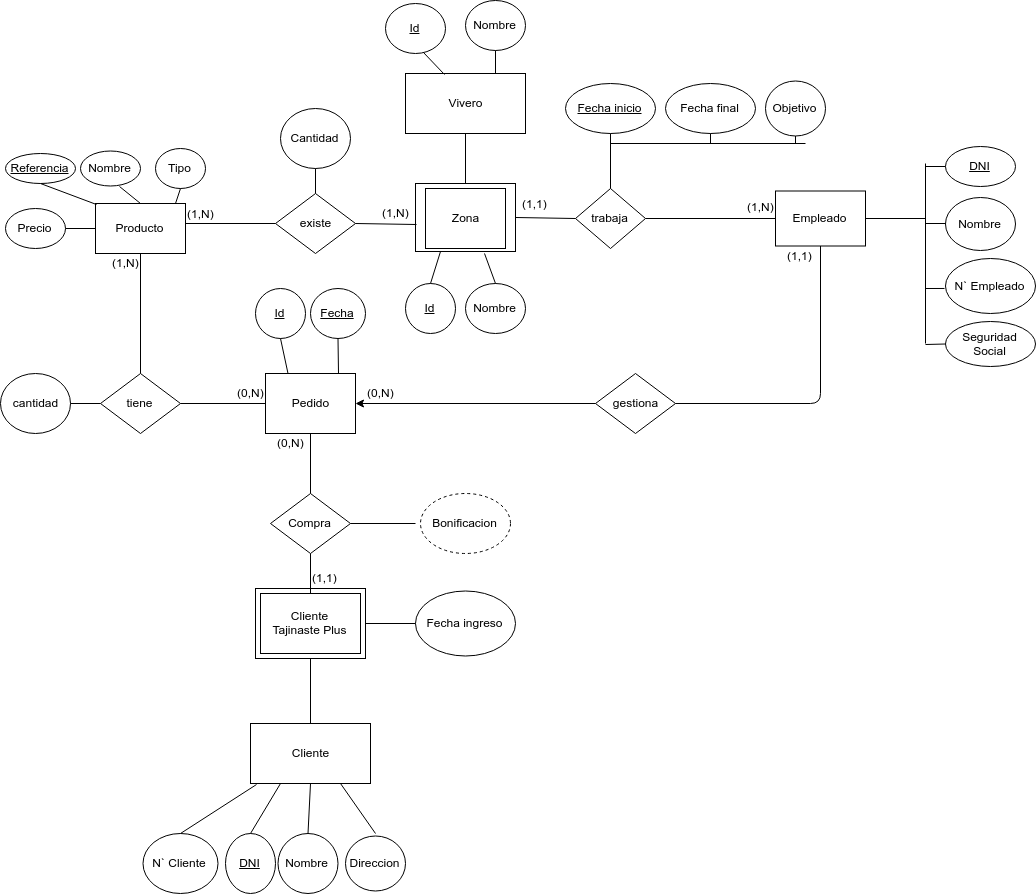
Before: viveros.png, a diagram exported from draw.io (Zanuro/BDD). Source tidied: cells renumbered, new cells last; positions are measured from the earlier drawing's top-left corner, leaving out a move shared by most shapes. Source of this version:
```xml
<mxGraphModel>
  <root>
    <mxCell id="0" />
    <mxCell id="1" parent="0" />
    <mxCell id="2" value="Producto" style="rounded=0;whiteSpace=wrap;html=1;" parent="1" vertex="1">
      <mxGeometry x="95" y="203" width="90" height="50" as="geometry" />
    </mxCell>
    <mxCell id="3" value="&lt;u&gt;Referencia&lt;/u&gt;" style="ellipse;whiteSpace=wrap;html=1;" parent="1" vertex="1">
      <mxGeometry x="5" y="153" width="70" height="30" as="geometry" />
    </mxCell>
    <mxCell id="4" value="Nombre" style="ellipse;whiteSpace=wrap;html=1;" parent="1" vertex="1">
      <mxGeometry x="80" y="150.5" width="60" height="35" as="geometry" />
    </mxCell>
    <mxCell id="5" value="Tipo" style="ellipse;whiteSpace=wrap;html=1;" parent="1" vertex="1">
      <mxGeometry x="155" y="148" width="50" height="40" as="geometry" />
    </mxCell>
    <mxCell id="6" value="Precio" style="ellipse;whiteSpace=wrap;html=1;" parent="1" vertex="1">
      <mxGeometry x="5" y="208" width="60" height="40" as="geometry" />
    </mxCell>
    <mxCell id="7" style="endArrow=none;html=1;entryX=0;entryY=0.5;entryDx=0;entryDy=0;exitX=1;exitY=0.5;exitDx=0;exitDy=0;" parent="1" edge="1" source="6" target="2">
      <mxGeometry relative="1" as="geometry" />
    </mxCell>
    <mxCell id="8" style="endArrow=none;html=1;entryX=0.011;entryY=0.02;entryDx=0;entryDy=0;entryPerimeter=0;exitX=0.5;exitY=1;exitDx=0;exitDy=0;" parent="1" edge="1" source="3" target="2">
      <mxGeometry relative="1" as="geometry" />
    </mxCell>
    <mxCell id="9" style="endArrow=none;html=1;entryX=0.65;entryY=1.014;entryDx=0;entryDy=0;entryPerimeter=0;exitX=0.5;exitY=0;exitDx=0;exitDy=0;" parent="1" edge="1" source="2" target="4">
      <mxGeometry relative="1" as="geometry" />
    </mxCell>
    <mxCell id="10" style="endArrow=none;html=1;entryX=0.5;entryY=1;entryDx=0;entryDy=0;" parent="1" edge="1" target="5">
      <mxGeometry relative="1" as="geometry">
        <mxPoint x="175" y="203" as="sourcePoint" />
      </mxGeometry>
    </mxCell>
    <mxCell id="11" value="existe" style="rhombus;whiteSpace=wrap;html=1;" parent="1" vertex="1">
      <mxGeometry x="275" y="193" width="80" height="60" as="geometry" />
    </mxCell>
    <mxCell id="12" value="Zona" style="rounded=0;whiteSpace=wrap;html=1;" parent="1" vertex="1">
      <mxGeometry x="425" y="188" width="80" height="60" as="geometry" />
    </mxCell>
    <mxCell id="13" style="rounded=0;whiteSpace=wrap;html=1;fillColor=none;" parent="1" vertex="1">
      <mxGeometry x="415" y="183" width="100" height="68" as="geometry" />
    </mxCell>
    <mxCell id="14" style="endArrow=none;html=1;exitX=0.5;exitY=0;exitDx=0;exitDy=0;" parent="1" edge="1" source="13">
      <mxGeometry relative="1" as="geometry">
        <mxPoint x="465" y="133" as="targetPoint" />
      </mxGeometry>
    </mxCell>
    <mxCell id="15" value="Vivero" style="rounded=0;whiteSpace=wrap;html=1;fillColor=none;" parent="1" vertex="1">
      <mxGeometry x="405" y="73" width="120" height="60" as="geometry" />
    </mxCell>
    <mxCell id="16" value="Cantidad" style="ellipse;whiteSpace=wrap;html=1;fillColor=none;" parent="1" vertex="1">
      <mxGeometry x="280" y="108" width="70" height="60" as="geometry" />
    </mxCell>
    <mxCell id="17" style="endArrow=none;html=1;entryX=0.5;entryY=1;entryDx=0;entryDy=0;" parent="1" edge="1" target="16">
      <mxGeometry relative="1" as="geometry">
        <mxPoint x="315" y="193" as="sourcePoint" />
      </mxGeometry>
    </mxCell>
    <mxCell id="18" style="endArrow=none;html=1;entryX=0;entryY=0.5;entryDx=0;entryDy=0;" parent="1" edge="1" target="11">
      <mxGeometry relative="1" as="geometry">
        <mxPoint x="185" y="223" as="sourcePoint" />
      </mxGeometry>
    </mxCell>
    <mxCell id="19" style="endArrow=none;html=1;exitX=1;exitY=0.5;exitDx=0;exitDy=0;" parent="1" edge="1" source="11">
      <mxGeometry relative="1" as="geometry">
        <mxPoint x="416" y="224" as="targetPoint" />
      </mxGeometry>
    </mxCell>
    <mxCell id="20" value="&lt;u&gt;Id&lt;/u&gt;" style="ellipse;whiteSpace=wrap;html=1;fillColor=none;" parent="1" vertex="1">
      <mxGeometry x="405" y="283" width="50" height="50" as="geometry" />
    </mxCell>
    <mxCell id="21" value="Nombre" style="ellipse;whiteSpace=wrap;html=1;fillColor=none;" parent="1" vertex="1">
      <mxGeometry x="465" y="283" width="60" height="50" as="geometry" />
    </mxCell>
    <mxCell id="22" value="&lt;u&gt;Id&lt;/u&gt;" style="ellipse;whiteSpace=wrap;html=1;fillColor=none;" parent="1" vertex="1">
      <mxGeometry x="385" y="3" width="60" height="50" as="geometry" />
    </mxCell>
    <mxCell id="23" value="Nombre" style="ellipse;whiteSpace=wrap;html=1;fillColor=none;" parent="1" vertex="1">
      <mxGeometry x="465" width="60" height="50" as="geometry" />
    </mxCell>
    <mxCell id="24" style="endArrow=none;html=1;entryX=0.25;entryY=1;entryDx=0;entryDy=0;exitX=0.5;exitY=0;exitDx=0;exitDy=0;" parent="1" edge="1" source="20" target="13">
      <mxGeometry relative="1" as="geometry" />
    </mxCell>
    <mxCell id="25" style="endArrow=none;html=1;entryX=0.69;entryY=1.029;entryDx=0;entryDy=0;entryPerimeter=0;exitX=0.5;exitY=0;exitDx=0;exitDy=0;" parent="1" edge="1" source="21" target="13">
      <mxGeometry relative="1" as="geometry" />
    </mxCell>
    <mxCell id="26" style="endArrow=none;html=1;entryX=0.633;entryY=0.98;entryDx=0;entryDy=0;entryPerimeter=0;exitX=0.325;exitY=0.017;exitDx=0;exitDy=0;exitPerimeter=0;" parent="1" edge="1" source="15" target="22">
      <mxGeometry relative="1" as="geometry" />
    </mxCell>
    <mxCell id="27" style="endArrow=none;html=1;entryX=0.5;entryY=1;entryDx=0;entryDy=0;exitX=0.75;exitY=0;exitDx=0;exitDy=0;" parent="1" edge="1" source="15" target="23">
      <mxGeometry relative="1" as="geometry" />
    </mxCell>
    <mxCell id="28" value="tiene" style="rhombus;whiteSpace=wrap;html=1;fillColor=none;" parent="1" vertex="1">
      <mxGeometry x="100" y="373" width="80" height="60" as="geometry" />
    </mxCell>
    <mxCell id="29" style="endArrow=none;html=1;entryX=0.5;entryY=1;entryDx=0;entryDy=0;exitX=0.5;exitY=0;exitDx=0;exitDy=0;" parent="1" edge="1" source="28" target="2">
      <mxGeometry relative="1" as="geometry" />
    </mxCell>
    <mxCell id="30" value="cantidad" style="ellipse;whiteSpace=wrap;html=1;fillColor=none;" parent="1" vertex="1">
      <mxGeometry y="373" width="70" height="60" as="geometry" />
    </mxCell>
    <mxCell id="31" style="endArrow=none;html=1;entryX=0;entryY=0.5;entryDx=0;entryDy=0;exitX=1;exitY=0.5;exitDx=0;exitDy=0;" parent="1" edge="1" source="30" target="28">
      <mxGeometry relative="1" as="geometry" />
    </mxCell>
    <mxCell id="32" value="Pedido" style="rounded=0;whiteSpace=wrap;html=1;fillColor=none;" parent="1" vertex="1">
      <mxGeometry x="265" y="373" width="90" height="60" as="geometry" />
    </mxCell>
    <mxCell id="33" style="endArrow=none;html=1;entryX=0;entryY=0.5;entryDx=0;entryDy=0;exitX=1;exitY=0.5;exitDx=0;exitDy=0;" parent="1" edge="1" source="28" target="32">
      <mxGeometry relative="1" as="geometry" />
    </mxCell>
    <mxCell id="34" value="&lt;u&gt;Id&lt;/u&gt;" style="ellipse;whiteSpace=wrap;html=1;fillColor=none;" parent="1" vertex="1">
      <mxGeometry x="255" y="288" width="50" height="50" as="geometry" />
    </mxCell>
    <mxCell id="35" value="&lt;u&gt;Fecha&lt;/u&gt;" style="ellipse;whiteSpace=wrap;html=1;fillColor=none;" parent="1" vertex="1">
      <mxGeometry x="310" y="288" width="55" height="50" as="geometry" />
    </mxCell>
    <mxCell id="36" style="endArrow=none;html=1;entryX=0.25;entryY=0;entryDx=0;entryDy=0;exitX=0.5;exitY=1;exitDx=0;exitDy=0;" parent="1" edge="1" source="34" target="32">
      <mxGeometry relative="1" as="geometry" />
    </mxCell>
    <mxCell id="37" style="endArrow=none;html=1;exitX=0.5;exitY=1;exitDx=0;exitDy=0;" parent="1" edge="1" source="35">
      <mxGeometry relative="1" as="geometry">
        <mxPoint x="338" y="373" as="targetPoint" />
      </mxGeometry>
    </mxCell>
    <mxCell id="38" value="Compra" style="rhombus;whiteSpace=wrap;html=1;fillColor=none;" parent="1" vertex="1">
      <mxGeometry x="270" y="493" width="80" height="60" as="geometry" />
    </mxCell>
    <mxCell id="39" style="endArrow=none;html=1;entryX=0.5;entryY=1;entryDx=0;entryDy=0;exitX=0.5;exitY=0;exitDx=0;exitDy=0;" parent="1" edge="1" source="38" target="32">
      <mxGeometry relative="1" as="geometry" />
    </mxCell>
    <mxCell id="40" value="Cliente&lt;br&gt;Tajinaste Plus" style="rounded=0;whiteSpace=wrap;html=1;fillColor=none;" parent="1" vertex="1">
      <mxGeometry x="260" y="593" width="100" height="60" as="geometry" />
    </mxCell>
    <mxCell id="41" style="endArrow=none;html=1;entryX=0.5;entryY=1;entryDx=0;entryDy=0;exitX=0.5;exitY=0;exitDx=0;exitDy=0;" parent="1" edge="1" source="40" target="38">
      <mxGeometry relative="1" as="geometry" />
    </mxCell>
    <mxCell id="42" style="rounded=0;whiteSpace=wrap;html=1;fillColor=none;" parent="1" vertex="1">
      <mxGeometry x="255" y="588" width="110" height="70" as="geometry" />
    </mxCell>
    <mxCell id="43" style="endArrow=none;html=1;exitX=1;exitY=0.5;exitDx=0;exitDy=0;" parent="1" edge="1" source="38">
      <mxGeometry relative="1" as="geometry">
        <mxPoint x="415" y="523" as="targetPoint" />
      </mxGeometry>
    </mxCell>
    <mxCell id="44" value="Bonificacion" style="ellipse;whiteSpace=wrap;html=1;fillColor=none;dashed=1;" parent="1" vertex="1">
      <mxGeometry x="420" y="493" width="90" height="60" as="geometry" />
    </mxCell>
    <mxCell id="45" style="endArrow=none;html=1;entryX=0.5;entryY=1;entryDx=0;entryDy=0;" parent="1" edge="1" target="42">
      <mxGeometry relative="1" as="geometry">
        <mxPoint x="310" y="723" as="sourcePoint" />
      </mxGeometry>
    </mxCell>
    <mxCell id="46" value="Cliente" style="rounded=0;whiteSpace=wrap;html=1;fillColor=none;" parent="1" vertex="1">
      <mxGeometry x="250" y="723" width="120" height="60" as="geometry" />
    </mxCell>
    <mxCell id="47" value="&lt;u&gt;DNI&lt;/u&gt;" style="ellipse;whiteSpace=wrap;html=1;fillColor=none;" parent="1" vertex="1">
      <mxGeometry x="225" y="833" width="50" height="60" as="geometry" />
    </mxCell>
    <mxCell id="48" value="Nombre" style="ellipse;whiteSpace=wrap;html=1;fillColor=none;" parent="1" vertex="1">
      <mxGeometry x="277.5" y="833" width="60" height="60" as="geometry" />
    </mxCell>
    <mxCell id="49" style="endArrow=none;html=1;entryX=0.25;entryY=1;entryDx=0;entryDy=0;exitX=0.5;exitY=0;exitDx=0;exitDy=0;" parent="1" edge="1" source="47" target="46">
      <mxGeometry relative="1" as="geometry" />
    </mxCell>
    <mxCell id="50" style="endArrow=none;html=1;entryX=0.5;entryY=1;entryDx=0;entryDy=0;exitX=0.5;exitY=0;exitDx=0;exitDy=0;" parent="1" edge="1" source="48" target="46">
      <mxGeometry relative="1" as="geometry" />
    </mxCell>
    <mxCell id="51" value="Direccion" style="ellipse;whiteSpace=wrap;html=1;fillColor=none;" parent="1" vertex="1">
      <mxGeometry x="345" y="835.5" width="60" height="55" as="geometry" />
    </mxCell>
    <mxCell id="52" style="endArrow=none;html=1;entryX=0.75;entryY=1;entryDx=0;entryDy=0;" parent="1" edge="1" target="46">
      <mxGeometry relative="1" as="geometry">
        <mxPoint x="375" y="833" as="sourcePoint" />
      </mxGeometry>
    </mxCell>
    <mxCell id="53" value="N` Cliente" style="ellipse;whiteSpace=wrap;html=1;fillColor=none;" parent="1" vertex="1">
      <mxGeometry x="142.5" y="833" width="75" height="60" as="geometry" />
    </mxCell>
    <mxCell id="54" style="endArrow=none;html=1;entryX=0.05;entryY=1.017;entryDx=0;entryDy=0;entryPerimeter=0;exitX=0.5;exitY=0;exitDx=0;exitDy=0;" parent="1" edge="1" source="53" target="46">
      <mxGeometry relative="1" as="geometry" />
    </mxCell>
    <mxCell id="55" value="Fecha ingreso" style="ellipse;whiteSpace=wrap;html=1;fillColor=none;" parent="1" vertex="1">
      <mxGeometry x="415" y="590.5" width="100" height="65" as="geometry" />
    </mxCell>
    <mxCell id="56" style="endArrow=none;html=1;entryX=0;entryY=0.5;entryDx=0;entryDy=0;exitX=1;exitY=0.5;exitDx=0;exitDy=0;" parent="1" edge="1" source="42" target="55">
      <mxGeometry relative="1" as="geometry" />
    </mxCell>
    <mxCell id="57" value="Empleado" style="rounded=0;whiteSpace=wrap;html=1;fillColor=none;" parent="1" vertex="1">
      <mxGeometry x="775" y="190.5" width="90" height="55" as="geometry" />
    </mxCell>
    <mxCell id="58" value="trabaja" style="rhombus;whiteSpace=wrap;html=1;fillColor=none;" parent="1" vertex="1">
      <mxGeometry x="575" y="188" width="70" height="60" as="geometry" />
    </mxCell>
    <mxCell id="59" style="endArrow=none;html=1;entryX=0.5;entryY=0;entryDx=0;entryDy=0;exitX=0.5;exitY=1;exitDx=0;exitDy=0;" parent="1" edge="1" source="60" target="58">
      <mxGeometry relative="1" as="geometry" />
    </mxCell>
    <mxCell id="60" value="&lt;u&gt;Fecha inicio&lt;/u&gt;" style="ellipse;whiteSpace=wrap;html=1;fillColor=none;" parent="1" vertex="1">
      <mxGeometry x="565" y="83" width="90" height="50" as="geometry" />
    </mxCell>
    <mxCell id="61" style="endArrow=none;html=1;" parent="1" edge="1">
      <mxGeometry relative="1" as="geometry">
        <mxPoint x="610" y="143" as="sourcePoint" />
        <mxPoint x="805" y="143" as="targetPoint" />
      </mxGeometry>
    </mxCell>
    <mxCell id="62" style="endArrow=none;html=1;entryX=0.5;entryY=1;entryDx=0;entryDy=0;" parent="1" edge="1" target="63">
      <mxGeometry relative="1" as="geometry">
        <mxPoint x="710" y="143" as="sourcePoint" />
      </mxGeometry>
    </mxCell>
    <mxCell id="63" value="Fecha final" style="ellipse;whiteSpace=wrap;html=1;fillColor=none;" parent="1" vertex="1">
      <mxGeometry x="665" y="83" width="90" height="50" as="geometry" />
    </mxCell>
    <mxCell id="64" value="Objetivo" style="ellipse;whiteSpace=wrap;html=1;fillColor=none;" parent="1" vertex="1">
      <mxGeometry x="765" y="80.5" width="60" height="55" as="geometry" />
    </mxCell>
    <mxCell id="65" style="endArrow=none;html=1;entryX=0.5;entryY=1;entryDx=0;entryDy=0;" parent="1" edge="1" target="64">
      <mxGeometry relative="1" as="geometry">
        <mxPoint x="795" y="143" as="sourcePoint" />
      </mxGeometry>
    </mxCell>
    <mxCell id="66" style="endArrow=none;html=1;entryX=0;entryY=0.5;entryDx=0;entryDy=0;exitX=1;exitY=0.5;exitDx=0;exitDy=0;" parent="1" edge="1" source="13" target="58">
      <mxGeometry relative="1" as="geometry" />
    </mxCell>
    <mxCell id="67" style="endArrow=none;html=1;entryX=0;entryY=0.5;entryDx=0;entryDy=0;exitX=1;exitY=0.5;exitDx=0;exitDy=0;" parent="1" edge="1" source="58" target="57">
      <mxGeometry relative="1" as="geometry" />
    </mxCell>
    <mxCell id="68" value="&lt;u&gt;DNI&lt;/u&gt;" style="ellipse;whiteSpace=wrap;html=1;fillColor=none;" parent="1" vertex="1">
      <mxGeometry x="945" y="146" width="70" height="40" as="geometry" />
    </mxCell>
    <mxCell id="69" style="endArrow=none;html=1;exitX=1;exitY=0.5;exitDx=0;exitDy=0;" parent="1" edge="1" source="57">
      <mxGeometry relative="1" as="geometry">
        <mxPoint x="925" y="218" as="targetPoint" />
      </mxGeometry>
    </mxCell>
    <mxCell id="70" style="endArrow=none;html=1;" parent="1" edge="1">
      <mxGeometry relative="1" as="geometry">
        <mxPoint x="925" y="343" as="sourcePoint" />
        <mxPoint x="925" y="163" as="targetPoint" />
      </mxGeometry>
    </mxCell>
    <mxCell id="71" style="endArrow=none;html=1;exitX=0;exitY=0.5;exitDx=0;exitDy=0;" parent="1" edge="1" source="68">
      <mxGeometry relative="1" as="geometry">
        <mxPoint x="925" y="166" as="targetPoint" />
      </mxGeometry>
    </mxCell>
    <mxCell id="72" style="endArrow=none;html=1;" parent="1" edge="1">
      <mxGeometry relative="1" as="geometry">
        <mxPoint x="925" y="223" as="sourcePoint" />
        <mxPoint x="945" y="223" as="targetPoint" />
      </mxGeometry>
    </mxCell>
    <mxCell id="73" value="Nombre" style="ellipse;whiteSpace=wrap;html=1;fillColor=none;" parent="1" vertex="1">
      <mxGeometry x="945" y="197" width="70" height="53" as="geometry" />
    </mxCell>
    <mxCell id="74" style="endArrow=none;html=1;entryX=-0.011;entryY=0.545;entryDx=0;entryDy=0;entryPerimeter=0;" parent="1" edge="1" target="75">
      <mxGeometry relative="1" as="geometry">
        <mxPoint x="925" y="288" as="sourcePoint" />
      </mxGeometry>
    </mxCell>
    <mxCell id="75" value="N` Empleado" style="ellipse;whiteSpace=wrap;html=1;fillColor=none;" parent="1" vertex="1">
      <mxGeometry x="945" y="258" width="90" height="55" as="geometry" />
    </mxCell>
    <mxCell id="76" value="Seguridad Social" style="ellipse;whiteSpace=wrap;html=1;fillColor=none;" parent="1" vertex="1">
      <mxGeometry x="945" y="321" width="90" height="45" as="geometry" />
    </mxCell>
    <mxCell id="77" style="endArrow=none;html=1;entryX=0;entryY=0.5;entryDx=0;entryDy=0;" parent="1" edge="1" target="76">
      <mxGeometry relative="1" as="geometry">
        <mxPoint x="925" y="344" as="sourcePoint" />
      </mxGeometry>
    </mxCell>
    <mxCell id="78" value="gestiona" style="rhombus;whiteSpace=wrap;html=1;fillColor=none;" parent="1" vertex="1">
      <mxGeometry x="595" y="373" width="80" height="60" as="geometry" />
    </mxCell>
    <mxCell id="79" style="endArrow=classic;html=1;entryX=1;entryY=0.5;entryDx=0;entryDy=0;exitX=0;exitY=0.5;exitDx=0;exitDy=0;" parent="1" edge="1" source="78" target="32">
      <mxGeometry relative="1" as="geometry" />
    </mxCell>
    <mxCell id="80" style="endArrow=none;html=1;entryX=0.5;entryY=1;entryDx=0;entryDy=0;exitX=1;exitY=0.5;exitDx=0;exitDy=0;" parent="1" edge="1" source="78" target="57">
      <mxGeometry relative="1" as="geometry">
        <Array as="points">
          <mxPoint x="820" y="403" />
        </Array>
      </mxGeometry>
    </mxCell>
    <mxCell id="81" value="(0,N)" style="text;html=1;align=left;verticalAlign=top;spacingTop=-4;" parent="1" vertex="1">
      <mxGeometry x="365" y="383" width="40" height="20" as="geometry" />
    </mxCell>
    <mxCell id="82" value="(1,1)" style="text;html=1;align=left;verticalAlign=top;spacingTop=-4;" parent="1" vertex="1">
      <mxGeometry x="785" y="245.5" width="40" height="20" as="geometry" />
    </mxCell>
    <mxCell id="83" value="(1,1)" style="text;html=1;align=left;verticalAlign=top;spacingTop=-4;" parent="1" vertex="1">
      <mxGeometry x="310" y="568" width="40" height="20" as="geometry" />
    </mxCell>
    <mxCell id="84" value="(0,N)" style="text;html=1;align=left;verticalAlign=top;spacingTop=-4;" parent="1" vertex="1">
      <mxGeometry x="275" y="433" width="40" height="20" as="geometry" />
    </mxCell>
    <mxCell id="85" value="(0,N)" style="text;html=1;align=left;verticalAlign=top;spacingTop=-4;" parent="1" vertex="1">
      <mxGeometry x="235" y="383" width="40" height="20" as="geometry" />
    </mxCell>
    <mxCell id="86" value="(1,N)" style="text;html=1;align=left;verticalAlign=top;spacingTop=-4;" parent="1" vertex="1">
      <mxGeometry x="110" y="253" width="40" height="20" as="geometry" />
    </mxCell>
    <mxCell id="87" value="(1,N)" style="text;html=1;align=left;verticalAlign=top;spacingTop=-4;" parent="1" vertex="1">
      <mxGeometry x="185" y="203.5" width="40" height="20" as="geometry" />
    </mxCell>
    <mxCell id="88" value="(1,N)" style="text;html=1;align=left;verticalAlign=top;spacingTop=-4;" parent="1" vertex="1">
      <mxGeometry x="380" y="203" width="40" height="20" as="geometry" />
    </mxCell>
    <mxCell id="89" value="(1,1)" style="text;html=1;align=left;verticalAlign=top;spacingTop=-4;" parent="1" vertex="1">
      <mxGeometry x="520" y="193.5" width="40" height="20" as="geometry" />
    </mxCell>
    <mxCell id="90" value="(1,N)" style="text;html=1;align=left;verticalAlign=top;spacingTop=-4;" parent="1" vertex="1">
      <mxGeometry x="745" y="197" width="40" height="20" as="geometry" />
    </mxCell>
  </root>
</mxGraphModel>
```
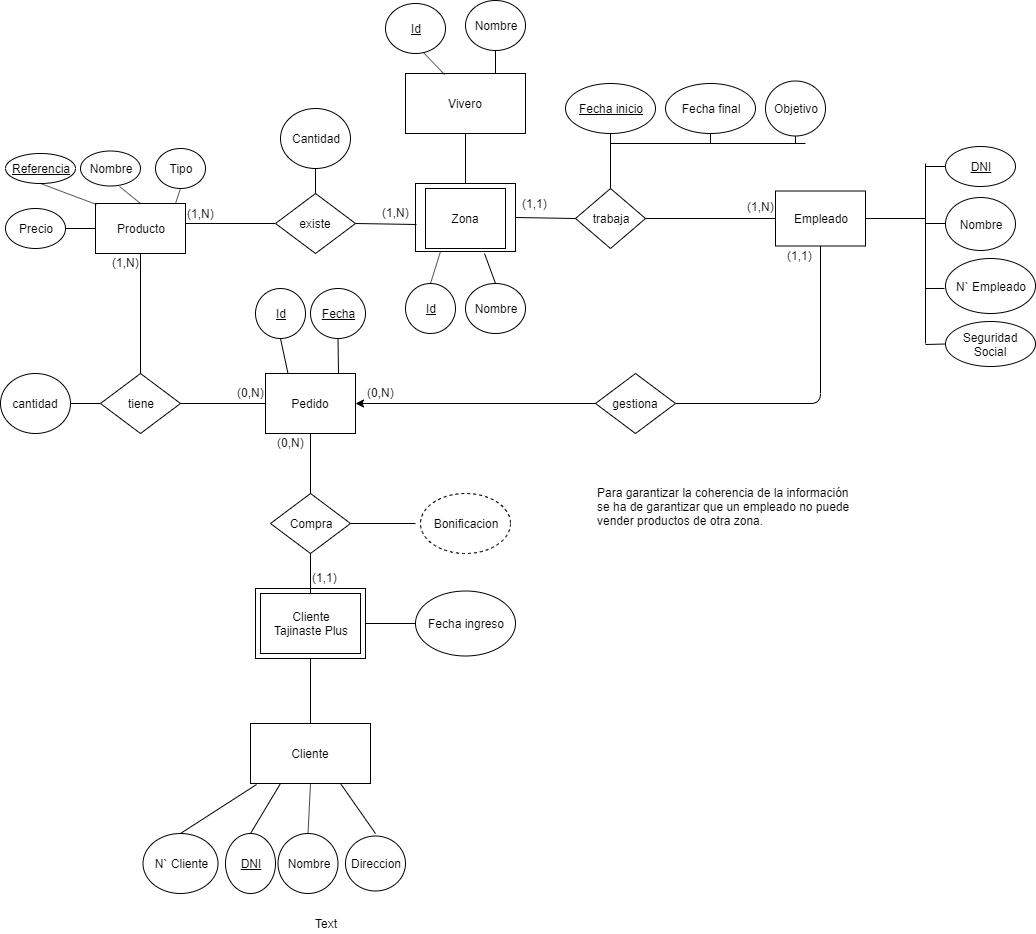
The same diagram one commit later.

Change to the diagram source:
```diff
@@ -312,5 +312,11 @@
     <mxCell id="90" value="(1,N)" style="text;html=1;align=left;verticalAlign=top;spacingTop=-4;" parent="1" vertex="1">
       <mxGeometry x="745" y="197" width="40" height="20" as="geometry" />
     </mxCell>
+    <mxCell id="91" value="Text" style="text;html=1;strokeColor=none;fillColor=none;align=center;verticalAlign=middle;whiteSpace=wrap;rounded=0;" parent="1" vertex="1">
+      <mxGeometry x="305" y="913" width="40" height="20" as="geometry" />
+    </mxCell>
+    <mxCell id="92" value="Para garantizar la coherencia de la información&lt;br&gt;se ha de garantizar que un empleado no puede&lt;br&gt;vender productos de otra zona." style="text;html=1;align=left;verticalAlign=top;spacingTop=-4;" parent="1" vertex="1">
+      <mxGeometry x="595" y="483" width="270" height="40" as="geometry" />
+    </mxCell>
   </root>
 </mxGraphModel>
```
